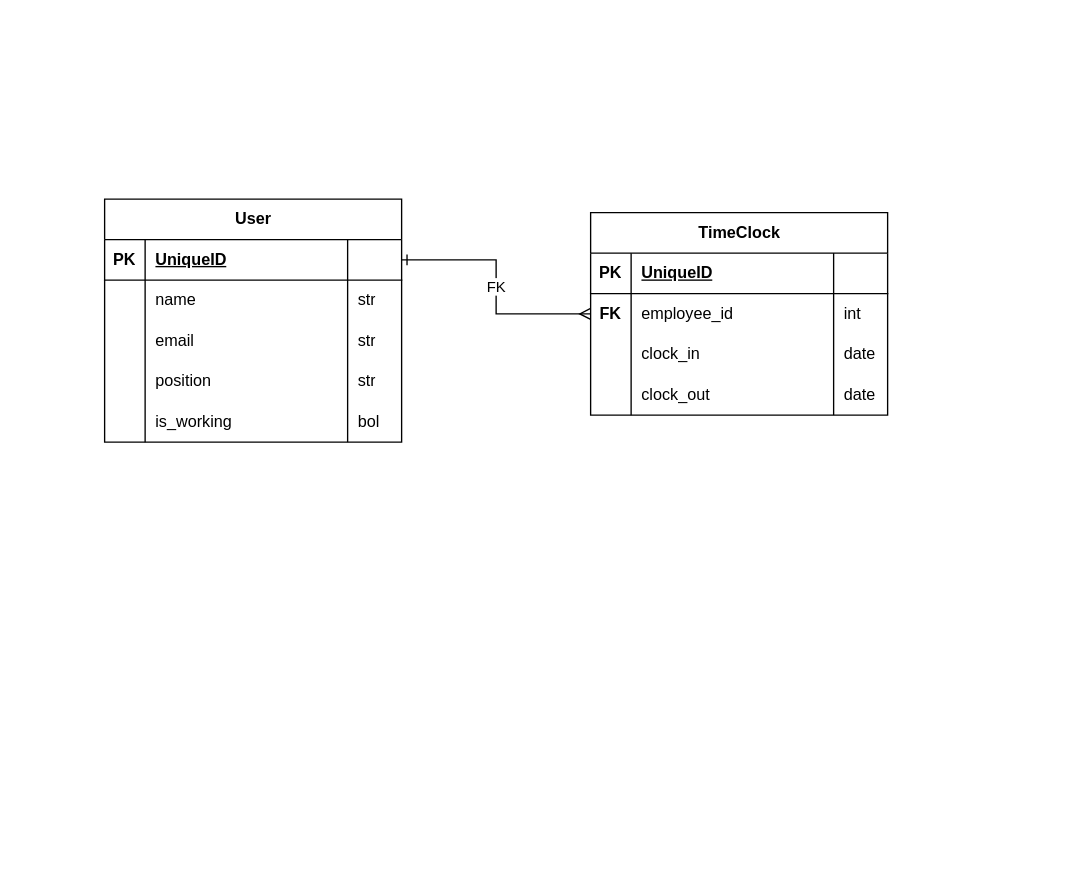
Before: DBpunch.drawio in ArturArtimonte/diagrans, a draw.io diagram. Source tidied: cells renumbered, new cells numbered last; positions are measured from the earlier drawing's top-left corner, leaving out a move shared by most shapes. Both pictures are drawn from the tidied source at 135%, with x=0, y=0 at pixel (104, 198).
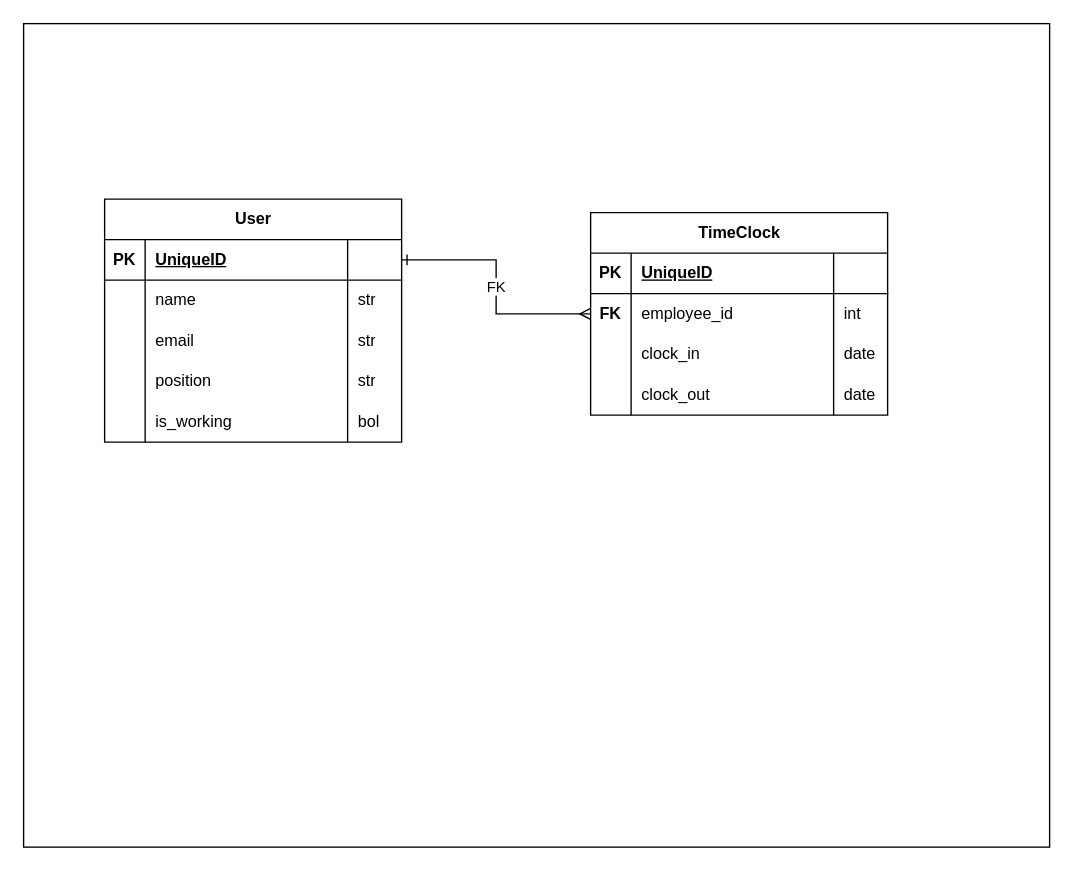
The same page after the edit.

What changed in the source:
```diff
@@
+    <mxCell id="41" style="rounded=0;whiteSpace=wrap;html=1;" parent="1" vertex="1">
+      <mxGeometry x="-60" y="-130" width="760" height="610" as="geometry" />
+    </mxCell>
```
